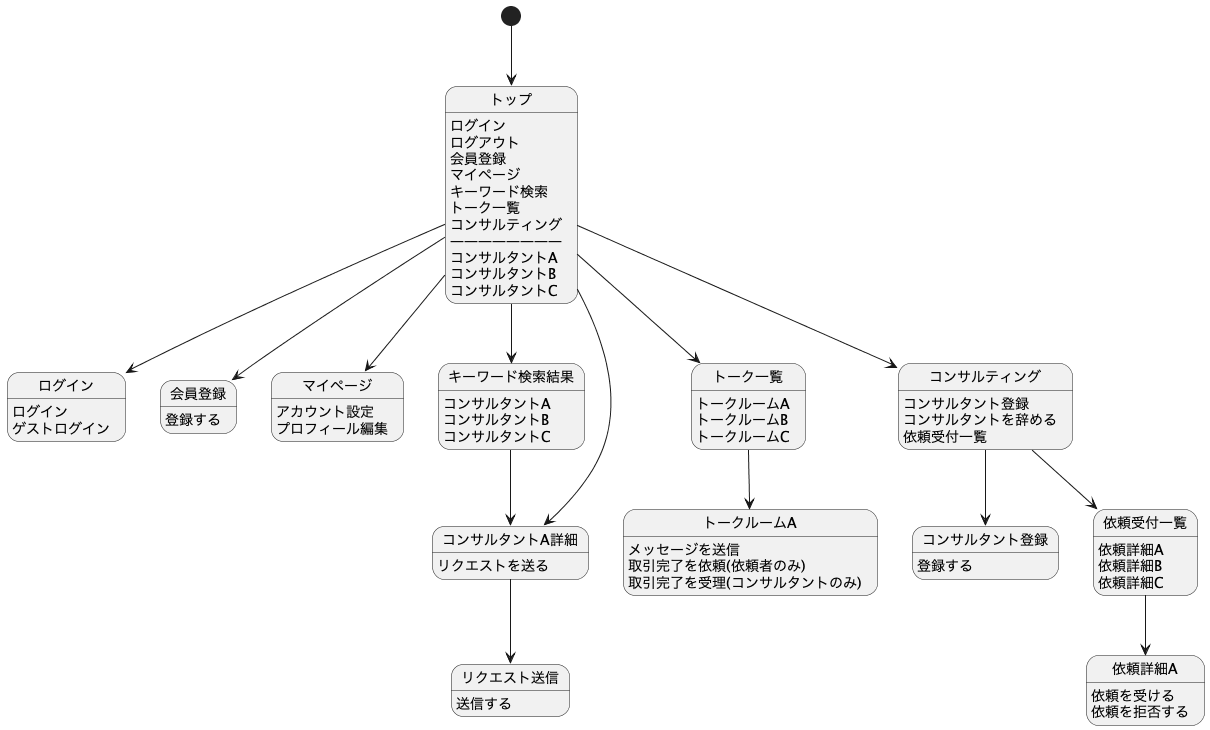
Earlier version of the PlantUML export documents/screen_flow_diagram.png (nobukofu69/origin-idea).
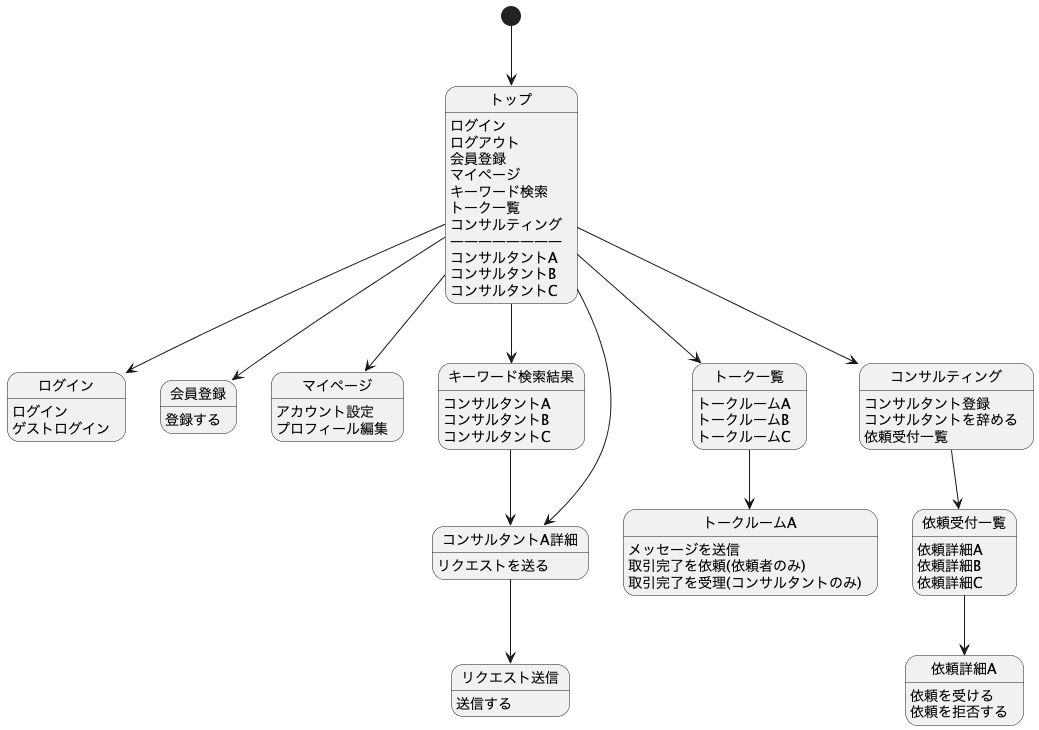
After the commit.

Commit message:
screen_flow_diagramを修正

What changed in the source:
```diff
@@ -41,11 +41,7 @@
 コンサルティング : コンサルタント登録
 コンサルティング : コンサルタントを辞める
 コンサルティング : 依頼受付一覧
-コンサルティング --> コンサルタント登録
 コンサルティング --> 依頼受付一覧
-
-
-コンサルタント登録 : 登録する
 
 トーク一覧 :トークルームA
 トーク一覧 :トークルームB
```
